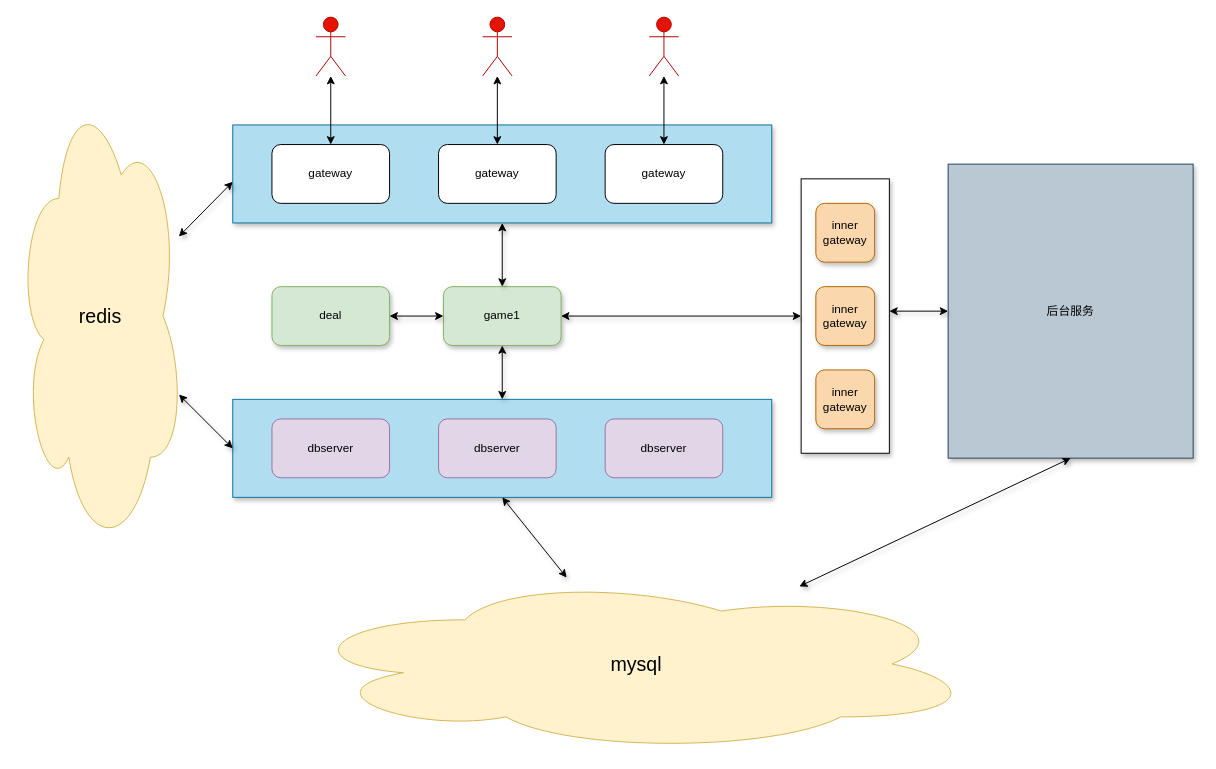
Above: 未命名绘图.drawio in boyu0/boyu0 (draw.io), before the change. Source tidied: cells renumbered, new cells numbered last; positions are measured from the earlier drawing's top-left corner, leaving out a move shared by most shapes. Both pictures are drawn from the tidied source at 98%, with x=0, y=0 at pixel (17, 17).
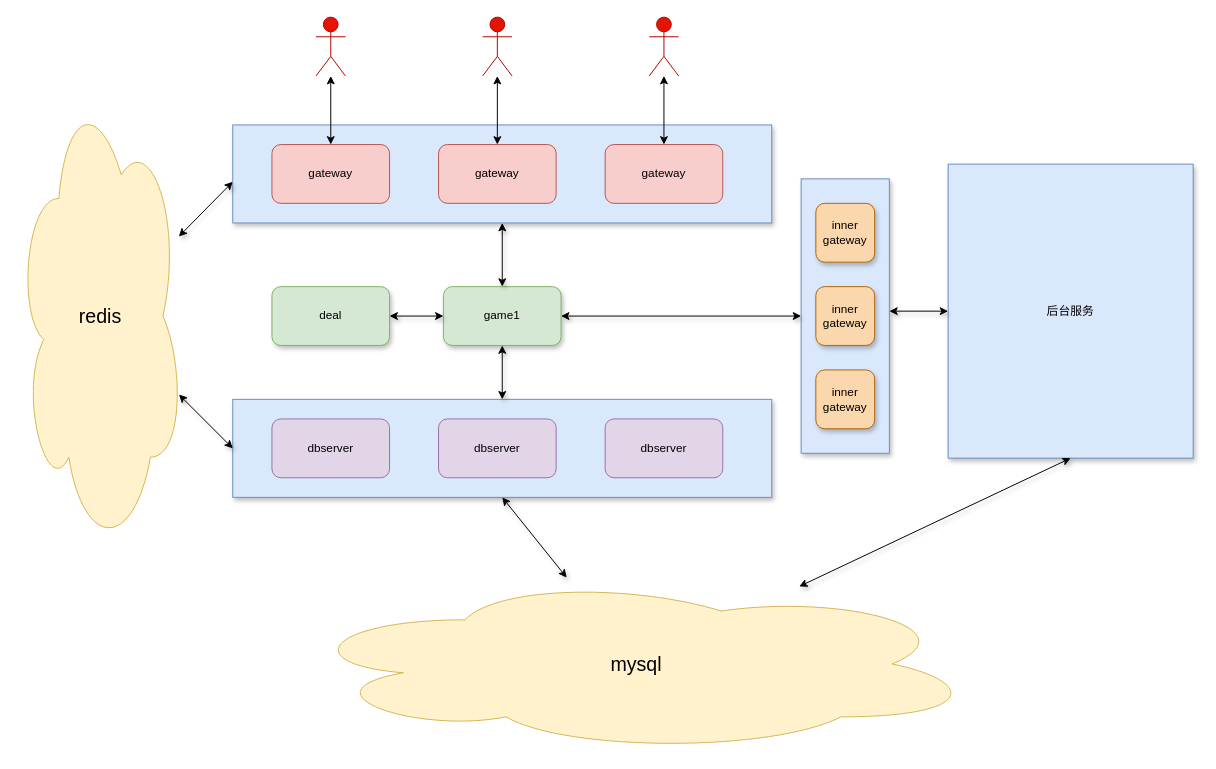
The same diagram, later.

Commit message:
更新未命名绘图.drawio

What changed in the source:
```diff
@@
-    <mxCell id="2" style="rounded=0;whiteSpace=wrap;html=1;shadow=1;fillColor=#b1ddf0;strokeColor=#10739e;" parent="1" vertex="1">
+    <mxCell id="2" style="rounded=0;whiteSpace=wrap;html=1;shadow=1;fillColor=#dae8fc;strokeColor=#6c8ebf;" parent="1" vertex="1">
       <mxGeometry x="220" y="390" width="550" height="100" as="geometry" />
     </mxCell>
-    <mxCell id="3" style="rounded=0;whiteSpace=wrap;html=1;shadow=1;fillColor=#b1ddf0;strokeColor=#10739e;" parent="1" vertex="1">
+    <mxCell id="3" style="rounded=0;whiteSpace=wrap;html=1;shadow=1;fillColor=#dae8fc;strokeColor=#6c8ebf;" parent="1" vertex="1">
       <mxGeometry x="220" y="110" width="550" height="100" as="geometry" />
     </mxCell>
-    <mxCell id="4" value="gateway" style="rounded=1;whiteSpace=wrap;html=1;" parent="1" vertex="1">
+    <mxCell id="4" value="gateway" style="rounded=1;whiteSpace=wrap;html=1;fillColor=#f8cecc;strokeColor=#b85450;" parent="1" vertex="1">
       <mxGeometry x="260" y="130" width="120" height="60" as="geometry" />
     </mxCell>
@@
-    <mxCell id="7" value="gateway" style="rounded=1;whiteSpace=wrap;html=1;" parent="1" vertex="1">
+    <mxCell id="7" value="gateway" style="rounded=1;whiteSpace=wrap;html=1;fillColor=#f8cecc;strokeColor=#b85450;" parent="1" vertex="1">
       <mxGeometry x="430" y="130" width="120" height="60" as="geometry" />
     </mxCell>
@@
-    <mxCell id="10" value="gateway" style="rounded=1;whiteSpace=wrap;html=1;" parent="1" vertex="1">
+    <mxCell id="10" value="gateway" style="rounded=1;whiteSpace=wrap;html=1;fillColor=#f8cecc;strokeColor=#b85450;" parent="1" vertex="1">
       <mxGeometry x="600" y="130" width="120" height="60" as="geometry" />
     </mxCell>
@@
-    <mxCell id="20" value="后台服务" style="rounded=0;whiteSpace=wrap;html=1;shadow=1;fillColor=#bac8d3;strokeColor=#23445d;" parent="1" vertex="1">
+    <mxCell id="20" value="后台服务" style="rounded=0;whiteSpace=wrap;html=1;shadow=1;fillColor=#dae8fc;strokeColor=#6c8ebf;" parent="1" vertex="1">
       <mxGeometry x="950" y="150" width="250" height="300" as="geometry" />
     </mxCell>
-    <mxCell id="21" style="rounded=0;whiteSpace=wrap;html=1;shadow=1;" parent="1" vertex="1">
+    <mxCell id="21" style="rounded=0;whiteSpace=wrap;html=1;shadow=1;fillColor=#dae8fc;strokeColor=#6c8ebf;" parent="1" vertex="1">
       <mxGeometry x="800" y="165" width="90" height="280" as="geometry" />
     </mxCell>
```
